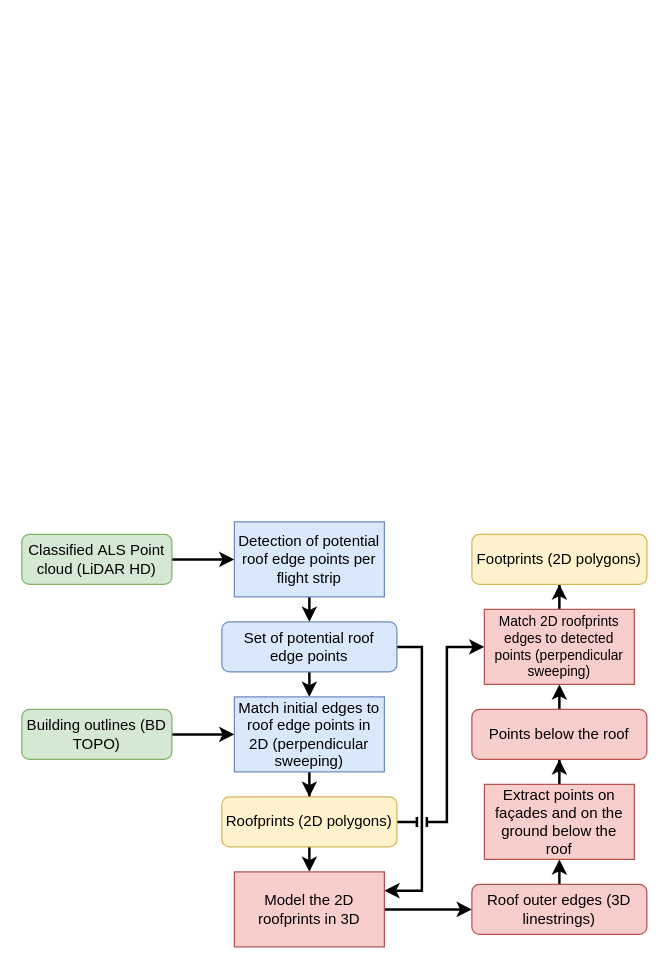
alexandre-bry/MSc_Thesis-Report keeps this draw.io diagram as diagrams/Overview_of_pipeline-updated.drawio. Above is the earlier version. Source tidied: cells renumbered, new cells numbered last; positions are measured from the earlier drawing's top-left corner, leaving out a move shared by most shapes. Both pictures are drawn from the tidied source at 125%, with x=0, y=0 at pixel (21, 521).
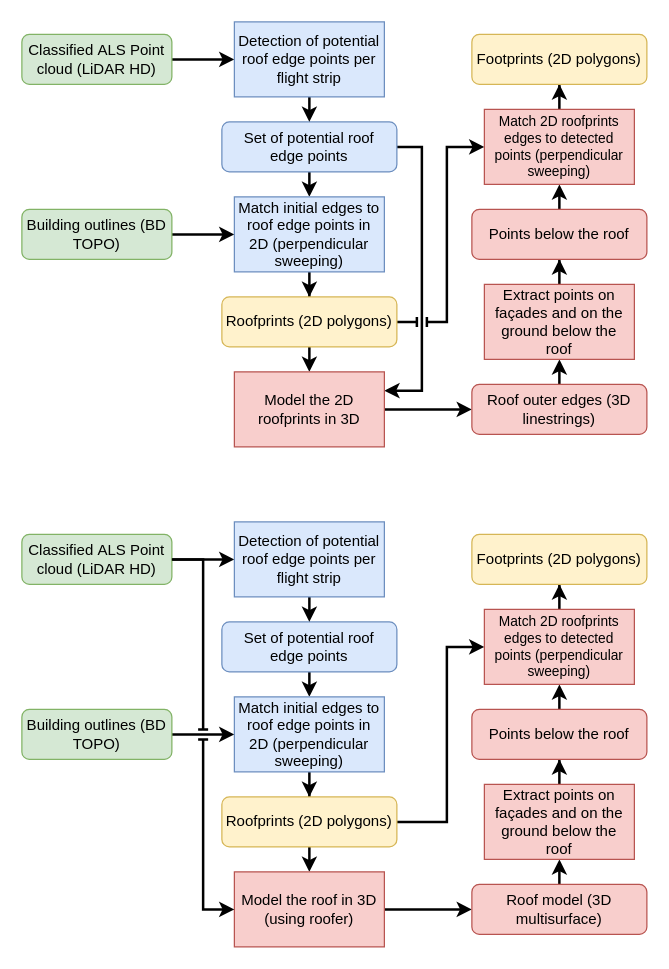
The same page after the edit.

Unchanged cells that the change refers to:
```xml
<mxCell id="3" value="Classified&amp;nbsp;&lt;span style=&quot;background-color: transparent; color: light-dark(rgb(0, 0, 0), rgb(255, 255, 255));&quot;&gt;ALS Point cloud (LiDAR HD)&lt;/span&gt;" style="rounded=1;whiteSpace=wrap;html=1;spacing=4;fillColor=#d5e8d4;strokeColor=#82b366;fontFamily=Overpass;" parent="1" vertex="1">
  <mxGeometry y="10" width="120" height="40" as="geometry" />
</mxCell>
<mxCell id="8" value="Set of potential roof edge points" style="rounded=1;whiteSpace=wrap;html=1;spacing=4;fillColor=#dae8fc;strokeColor=#6c8ebf;fontFamily=Overpass;" parent="1" vertex="1">
  <mxGeometry x="160" y="80" width="140" height="40" as="geometry" />
</mxCell>
```

What changed in the source:
```diff
@@
-    <mxCell id="7" style="edgeStyle=orthogonalEdgeStyle;rounded=0;jettySize=auto;html=1;exitX=1;exitY=0.5;exitDx=0;exitDy=0;entryX=1;entryY=0.25;entryDx=0;entryDy=0;strokeWidth=2;jumpStyle=line;fontFamily=Overpass;" parent="1" edge="1" source="8" target="17">
-      <mxGeometry relative="1" as="geometry" />
-    </mxCell>
@@
-    <mxCell id="17" value="Model the 2D roofprints in 3D" style="rounded=0;whiteSpace=wrap;html=1;spacing=4;fillColor=#f8cecc;strokeColor=#b85450;fontSize=12;fontFamily=Overpass;" parent="1" vertex="1">
+    <mxCell id="17" value="Model the roof in 3D (using roofer)" style="rounded=0;whiteSpace=wrap;html=1;spacing=4;fillColor=#f8cecc;strokeColor=#b85450;fontSize=12;fontFamily=Overpass;" parent="1" vertex="1">
       <mxGeometry x="170" y="280" width="120" height="60" as="geometry" />
     </mxCell>
@@
-    <mxCell id="19" value="Roof outer edges (3D linestrings)" style="rounded=1;whiteSpace=wrap;html=1;spacing=4;fillColor=#f8cecc;strokeColor=#b85450;fontFamily=Overpass;" parent="1" vertex="1">
+    <mxCell id="19" value="Roof model (3D multisurface)" style="rounded=1;whiteSpace=wrap;html=1;spacing=4;fillColor=#f8cecc;strokeColor=#b85450;fontFamily=Overpass;" parent="1" vertex="1">
       <mxGeometry x="360" y="290" width="140" height="40" as="geometry" />
     </mxCell>
@@
+    <mxCell id="27" style="edgeStyle=orthogonalEdgeStyle;rounded=0;jettySize=auto;html=1;exitX=1;exitY=0.5;exitDx=0;exitDy=0;entryX=0;entryY=0.5;entryDx=0;entryDy=0;strokeWidth=2;jumpStyle=line;fontFamily=Overpass;" parent="1" edge="1" source="3" target="17">
+      <mxGeometry relative="1" as="geometry" />
+    </mxCell>
+    <mxCell id="28" style="edgeStyle=orthogonalEdgeStyle;rounded=0;jettySize=auto;html=1;exitX=1;exitY=0.5;exitDx=0;exitDy=0;entryX=0;entryY=0.5;entryDx=0;entryDy=0;strokeWidth=2;jumpStyle=line;fontFamily=Overpass;" parent="1" edge="1" source="29" target="36">
+      <mxGeometry relative="1" as="geometry" />
+    </mxCell>
+    <mxCell id="29" value="Classified&amp;nbsp;&lt;span style=&quot;background-color: transparent; color: light-dark(rgb(0, 0, 0), rgb(255, 255, 255));&quot;&gt;ALS Point cloud (LiDAR HD)&lt;/span&gt;" style="rounded=1;whiteSpace=wrap;html=1;spacing=4;fillColor=#d5e8d4;strokeColor=#82b366;fontFamily=Overpass;" parent="1" vertex="1">
+      <mxGeometry y="-390" width="120" height="40" as="geometry" />
+    </mxCell>
+    <mxCell id="30" style="edgeStyle=orthogonalEdgeStyle;rounded=0;jettySize=auto;html=1;exitX=1;exitY=0.5;exitDx=0;exitDy=0;entryX=0;entryY=0.5;entryDx=0;entryDy=0;strokeWidth=2;jumpStyle=line;fontFamily=Overpass;" parent="1" edge="1" source="31" target="38">
+      <mxGeometry relative="1" as="geometry" />
+    </mxCell>
+    <mxCell id="31" value="Building outlines (BD TOPO)" style="rounded=1;whiteSpace=wrap;html=1;spacing=4;fillColor=#d5e8d4;strokeColor=#82b366;fontFamily=Overpass;" parent="1" vertex="1">
+      <mxGeometry y="-250" width="120" height="40" as="geometry" />
+    </mxCell>
+    <mxCell id="32" style="edgeStyle=orthogonalEdgeStyle;rounded=0;jettySize=auto;html=1;exitX=0.5;exitY=1;exitDx=0;exitDy=0;entryX=0.5;entryY=0;entryDx=0;entryDy=0;strokeWidth=2;jumpStyle=line;fontFamily=Overpass;" parent="1" edge="1" source="34" target="38">
+      <mxGeometry relative="1" as="geometry" />
+    </mxCell>
+    <mxCell id="33" style="edgeStyle=orthogonalEdgeStyle;rounded=0;jettySize=auto;html=1;exitX=1;exitY=0.5;exitDx=0;exitDy=0;entryX=1;entryY=0.25;entryDx=0;entryDy=0;strokeWidth=2;jumpStyle=line;fontFamily=Overpass;" parent="1" edge="1" source="34" target="43">
+      <mxGeometry relative="1" as="geometry" />
+    </mxCell>
+    <mxCell id="34" value="Set of potential roof edge points" style="rounded=1;whiteSpace=wrap;html=1;spacing=4;fillColor=#dae8fc;strokeColor=#6c8ebf;fontFamily=Overpass;" parent="1" vertex="1">
+      <mxGeometry x="160" y="-320" width="140" height="40" as="geometry" />
+    </mxCell>
+    <mxCell id="35" style="edgeStyle=orthogonalEdgeStyle;rounded=0;jettySize=auto;html=1;exitX=0.5;exitY=1;exitDx=0;exitDy=0;entryX=0.5;entryY=0;entryDx=0;entryDy=0;strokeWidth=2;jumpStyle=line;fontFamily=Overpass;" parent="1" edge="1" source="36" target="34">
+      <mxGeometry relative="1" as="geometry" />
+    </mxCell>
+    <mxCell id="36" value="Detection of potential roof edge points per flight strip" style="rounded=0;whiteSpace=wrap;html=1;spacing=4;fillColor=#dae8fc;strokeColor=#6c8ebf;fontFamily=Overpass;" parent="1" vertex="1">
+      <mxGeometry x="170" y="-400" width="120" height="60" as="geometry" />
+    </mxCell>
+    <mxCell id="37" style="edgeStyle=orthogonalEdgeStyle;rounded=0;jettySize=auto;html=1;entryX=0.5;entryY=0;entryDx=0;entryDy=0;strokeWidth=2;jumpStyle=line;fontFamily=Overpass;" parent="1" edge="1" source="38" target="41">
+      <mxGeometry relative="1" as="geometry" />
+    </mxCell>
+    <mxCell id="38" value="Match initial edges to roof edge points in 2D (perpendicular sweeping)" style="rounded=0;whiteSpace=wrap;html=1;spacing=4;fillColor=#dae8fc;strokeColor=#6c8ebf;fontSize=12;fontFamily=Overpass;" parent="1" vertex="1">
+      <mxGeometry x="170" y="-260" width="120" height="60" as="geometry" />
+    </mxCell>
+    <mxCell id="39" style="edgeStyle=orthogonalEdgeStyle;rounded=0;jettySize=auto;html=1;exitX=0.5;exitY=1;exitDx=0;exitDy=0;entryX=0.5;entryY=0;entryDx=0;entryDy=0;strokeWidth=2;jumpStyle=line;fontFamily=Overpass;" parent="1" edge="1" source="41" target="43">
+      <mxGeometry relative="1" as="geometry" />
+    </mxCell>
+    <mxCell id="40" style="edgeStyle=orthogonalEdgeStyle;rounded=0;jettySize=auto;html=1;exitX=1;exitY=0.5;exitDx=0;exitDy=0;entryX=0;entryY=0.5;entryDx=0;entryDy=0;strokeWidth=2;jumpStyle=line;fontFamily=Overpass;" parent="1" edge="1" source="41" target="51">
+      <mxGeometry relative="1" as="geometry">
+        <Array as="points">
+          <mxPoint x="340" y="-160" />
+          <mxPoint x="340" y="-300" />
+        </Array>
+      </mxGeometry>
+    </mxCell>
+    <mxCell id="41" value="Roofprints (2D polygons)" style="rounded=1;whiteSpace=wrap;html=1;spacing=4;fillColor=#fff2cc;strokeColor=#d6b656;fontFamily=Overpass;" parent="1" vertex="1">
+      <mxGeometry x="160" y="-180" width="140" height="40" as="geometry" />
+    </mxCell>
+    <mxCell id="42" style="edgeStyle=orthogonalEdgeStyle;rounded=0;jettySize=auto;html=1;entryX=0;entryY=0.5;entryDx=0;entryDy=0;strokeWidth=2;jumpStyle=line;fontFamily=Overpass;" parent="1" edge="1" source="43" target="45">
+      <mxGeometry relative="1" as="geometry" />
+    </mxCell>
+    <mxCell id="43" value="Model the 2D roofprints in 3D" style="rounded=0;whiteSpace=wrap;html=1;spacing=4;fillColor=#f8cecc;strokeColor=#b85450;fontSize=12;fontFamily=Overpass;" parent="1" vertex="1">
+      <mxGeometry x="170" y="-120" width="120" height="60" as="geometry" />
+    </mxCell>
+    <mxCell id="44" style="edgeStyle=orthogonalEdgeStyle;rounded=0;jettySize=auto;html=1;exitX=0.5;exitY=0;exitDx=0;exitDy=0;entryX=0.5;entryY=1;entryDx=0;entryDy=0;strokeWidth=2;jumpStyle=line;fontFamily=Overpass;" parent="1" edge="1" source="45" target="47">
+      <mxGeometry relative="1" as="geometry" />
+    </mxCell>
+    <mxCell id="45" value="Roof outer edges (3D linestrings)" style="rounded=1;whiteSpace=wrap;html=1;spacing=4;fillColor=#f8cecc;strokeColor=#b85450;fontFamily=Overpass;" parent="1" vertex="1">
+      <mxGeometry x="360" y="-110" width="140" height="40" as="geometry" />
+    </mxCell>
+    <mxCell id="46" style="edgeStyle=orthogonalEdgeStyle;rounded=0;jettySize=auto;html=1;entryX=0.5;entryY=1;entryDx=0;entryDy=0;strokeWidth=2;jumpStyle=line;fontFamily=Overpass;" parent="1" edge="1" source="47" target="49">
+      <mxGeometry relative="1" as="geometry" />
+    </mxCell>
+    <mxCell id="47" value="Extract points on façades and on the ground below the roof" style="rounded=0;whiteSpace=wrap;html=1;spacing=4;fillColor=#f8cecc;strokeColor=#b85450;fontSize=12;fontFamily=Overpass;" parent="1" vertex="1">
+      <mxGeometry x="370" y="-190" width="120" height="60" as="geometry" />
+    </mxCell>
+    <mxCell id="48" style="edgeStyle=orthogonalEdgeStyle;rounded=0;jettySize=auto;html=1;exitX=0.5;exitY=0;exitDx=0;exitDy=0;entryX=0.5;entryY=1;entryDx=0;entryDy=0;strokeWidth=2;jumpStyle=line;fontFamily=Overpass;" parent="1" edge="1" source="49" target="51">
+      <mxGeometry relative="1" as="geometry" />
+    </mxCell>
+    <mxCell id="49" value="Points below the roof" style="rounded=1;whiteSpace=wrap;html=1;spacing=4;fillColor=#f8cecc;strokeColor=#b85450;fontFamily=Overpass;" parent="1" vertex="1">
+      <mxGeometry x="360" y="-250" width="140" height="40" as="geometry" />
+    </mxCell>
+    <mxCell id="50" style="edgeStyle=orthogonalEdgeStyle;rounded=0;jettySize=auto;html=1;entryX=0.5;entryY=1;entryDx=0;entryDy=0;strokeWidth=2;jumpStyle=line;fontFamily=Overpass;" parent="1" edge="1" source="51" target="52">
+      <mxGeometry relative="1" as="geometry" />
+    </mxCell>
+    <mxCell id="51" value="Match 2D roofprints edges to detected points (perpendicular sweeping)" style="rounded=0;whiteSpace=wrap;html=1;spacing=4;fillColor=#f8cecc;strokeColor=#b85450;fontSize=11;fontFamily=Overpass;" parent="1" vertex="1">
+      <mxGeometry x="370" y="-330" width="120" height="60" as="geometry" />
+    </mxCell>
+    <mxCell id="52" value="Footprints (2D polygons)" style="rounded=1;whiteSpace=wrap;html=1;spacing=4;fillColor=#fff2cc;strokeColor=#d6b656;fontFamily=Overpass;" parent="1" vertex="1">
+      <mxGeometry x="360" y="-390" width="140" height="40" as="geometry" />
+    </mxCell>
```
